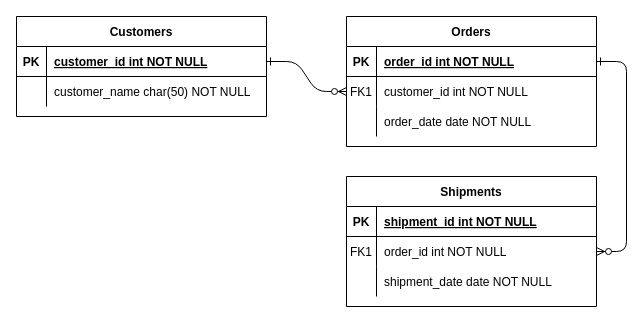
Before: drawings/V/M DB ER.drawio in booey811/ICV4.0, a draw.io diagram. Source tidied: cells renumbered, new cells numbered last; positions are measured from the earlier drawing's top-left corner, leaving out a move shared by most shapes. Both pictures are drawn from the tidied source at 100%, with x=0, y=0 at pixel (16, 16).
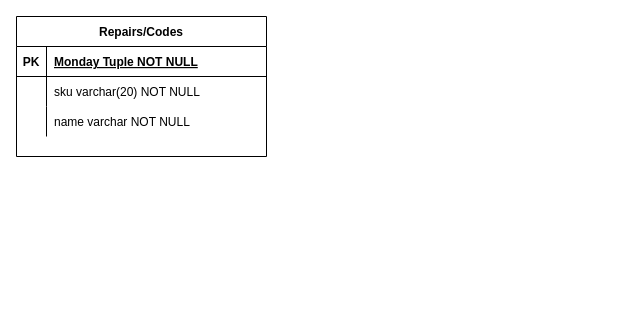
Above is the later version.

The change refers to these unchanged cells:
```xml
<mxCell id="25" style="shape=partialRectangle;fillColor=none;points=[[0,0.5],[1,0.5]];portConstraint=eastwest;top=0;left=0;right=0;bottom=1;" parent="24" vertex="1">
  <mxGeometry y="30" width="250" height="30" as="geometry" />
</mxCell>
<mxCell id="28" style="shape=partialRectangle;fillColor=none;top=0;left=0;right=0;bottom=0;" parent="24" vertex="1">
  <mxGeometry y="60" width="250" height="30" as="geometry" />
</mxCell>
```

What changed in the source:
```diff
@@
-    <mxCell id="2" style="edgeStyle=entityRelationEdgeStyle;endArrow=ERzeroToMany;startArrow=ERone;endFill=1;startFill=0;" parent="1" edge="1" source="25" target="8">
-      <mxGeometry relative="1" as="geometry" />
-    </mxCell>
-    <mxCell id="3" style="edgeStyle=entityRelationEdgeStyle;endArrow=ERzeroToMany;startArrow=ERone;endFill=1;startFill=0;" parent="1" edge="1" source="5" target="18">
-      <mxGeometry relative="1" as="geometry" />
-    </mxCell>
-    <mxCell id="4" value="Orders" style="shape=table;startSize=30;childLayout=tableLayout;rowLines=0;fontStyle=1;align=center;" parent="1" vertex="1">
-      <mxGeometry x="330" width="250" height="130" as="geometry" />
-    </mxCell>
-    <mxCell id="5" style="shape=partialRectangle;fillColor=none;points=[[0,0.5],[1,0.5]];portConstraint=eastwest;top=0;left=0;right=0;bottom=1;" parent="4" vertex="1">
-      <mxGeometry y="30" width="250" height="30" as="geometry" />
-    </mxCell>
-    <mxCell id="6" value="PK" style="shape=partialRectangle;overflow=hidden;fillColor=none;top=0;left=0;bottom=0;right=0;fontStyle=1;" parent="5" vertex="1">
-      <mxGeometry width="30" height="30" as="geometry" />
-    </mxCell>
-    <mxCell id="7" value="order_id int NOT NULL " style="shape=partialRectangle;overflow=hidden;fillColor=none;top=0;left=0;bottom=0;right=0;align=left;spacingLeft=6;fontStyle=5;" parent="5" vertex="1">
-      <mxGeometry x="30" width="220" height="30" as="geometry" />
-    </mxCell>
-    <mxCell id="8" style="shape=partialRectangle;fillColor=none;points=[[0,0.5],[1,0.5]];portConstraint=eastwest;top=0;left=0;right=0;bottom=0;" parent="4" vertex="1">
-      <mxGeometry y="60" width="250" height="30" as="geometry" />
-    </mxCell>
-    <mxCell id="9" value="FK1" style="shape=partialRectangle;overflow=hidden;fillColor=none;top=0;left=0;bottom=0;right=0;" parent="8" vertex="1">
-      <mxGeometry width="30" height="30" as="geometry" />
-    </mxCell>
-    <mxCell id="10" value="customer_id int NOT NULL" style="shape=partialRectangle;overflow=hidden;fillColor=none;top=0;left=0;bottom=0;right=0;align=left;spacingLeft=6;" parent="8" vertex="1">
-      <mxGeometry x="30" width="220" height="30" as="geometry" />
-    </mxCell>
-    <mxCell id="11" style="shape=partialRectangle;fillColor=none;top=0;left=0;right=0;bottom=0;" parent="4" vertex="1">
-      <mxGeometry y="90" width="250" height="30" as="geometry" />
-    </mxCell>
-    <mxCell id="12" style="shape=partialRectangle;overflow=hidden;fillColor=none;top=0;left=0;bottom=0;right=0;" parent="11" vertex="1">
-      <mxGeometry width="30" height="30" as="geometry" />
-    </mxCell>
-    <mxCell id="13" value="order_date date NOT NULL" style="shape=partialRectangle;overflow=hidden;fillColor=none;top=0;left=0;bottom=0;right=0;align=left;spacingLeft=6;" parent="11" vertex="1">
-      <mxGeometry x="30" width="220" height="30" as="geometry" />
-    </mxCell>
-    <mxCell id="14" value="Shipments" style="shape=table;startSize=30;childLayout=tableLayout;rowLines=0;fontStyle=1;align=center;" parent="1" vertex="1">
-      <mxGeometry x="330" y="160" width="250" height="130" as="geometry" />
-    </mxCell>
-    <mxCell id="15" style="shape=partialRectangle;fillColor=none;top=0;left=0;right=0;bottom=1;" parent="14" vertex="1">
-      <mxGeometry y="30" width="250" height="30" as="geometry" />
-    </mxCell>
-    <mxCell id="16" value="PK" style="shape=partialRectangle;overflow=hidden;fillColor=none;top=0;left=0;bottom=0;right=0;fontStyle=1;" parent="15" vertex="1">
-      <mxGeometry width="30" height="30" as="geometry" />
-    </mxCell>
-    <mxCell id="17" value="shipment_id int NOT NULL " style="shape=partialRectangle;overflow=hidden;fillColor=none;top=0;left=0;bottom=0;right=0;align=left;spacingLeft=6;fontStyle=5;" parent="15" vertex="1">
-      <mxGeometry x="30" width="220" height="30" as="geometry" />
-    </mxCell>
-    <mxCell id="18" style="shape=partialRectangle;fillColor=none;points=[[0,0.5],[1,0.5]];portConstraint=eastwest;top=0;left=0;right=0;bottom=0;" parent="14" vertex="1">
-      <mxGeometry y="60" width="250" height="30" as="geometry" />
-    </mxCell>
-    <mxCell id="19" value="FK1" style="shape=partialRectangle;overflow=hidden;fillColor=none;top=0;left=0;bottom=0;right=0;" parent="18" vertex="1">
-      <mxGeometry width="30" height="30" as="geometry" />
-    </mxCell>
-    <mxCell id="20" value="order_id int NOT NULL" style="shape=partialRectangle;overflow=hidden;fillColor=none;top=0;left=0;bottom=0;right=0;align=left;spacingLeft=6;" parent="18" vertex="1">
-      <mxGeometry x="30" width="220" height="30" as="geometry" />
-    </mxCell>
-    <mxCell id="21" style="shape=partialRectangle;fillColor=none;top=0;left=0;right=0;bottom=0;" parent="14" vertex="1">
-      <mxGeometry y="90" width="250" height="30" as="geometry" />
-    </mxCell>
-    <mxCell id="22" style="shape=partialRectangle;overflow=hidden;fillColor=none;top=0;left=0;bottom=0;right=0;" parent="21" vertex="1">
-      <mxGeometry width="30" height="30" as="geometry" />
-    </mxCell>
-    <mxCell id="23" value="shipment_date date NOT NULL" style="shape=partialRectangle;overflow=hidden;fillColor=none;top=0;left=0;bottom=0;right=0;align=left;spacingLeft=6;" parent="21" vertex="1">
-      <mxGeometry x="30" width="220" height="30" as="geometry" />
-    </mxCell>
-    <mxCell id="24" value="Customers" style="shape=table;startSize=30;childLayout=tableLayout;rowLines=0;fontStyle=1;align=center;" parent="1" vertex="1">
-      <mxGeometry width="250" height="100" as="geometry" />
+    <mxCell id="24" value="Repairs/Codes" style="shape=table;startSize=30;childLayout=tableLayout;rowLines=0;fontStyle=1;align=center;" parent="1" vertex="1">
+      <mxGeometry width="250" height="140" as="geometry" />
     </mxCell>
@@
-    <mxCell id="27" value="customer_id int NOT NULL " style="shape=partialRectangle;overflow=hidden;fillColor=none;top=0;left=0;bottom=0;right=0;align=left;spacingLeft=6;fontStyle=5;" parent="25" vertex="1">
+    <mxCell id="27" value="Monday Tuple NOT NULL" style="shape=partialRectangle;overflow=hidden;fillColor=none;top=0;left=0;bottom=0;right=0;align=left;spacingLeft=6;fontStyle=5;" parent="25" vertex="1">
       <mxGeometry x="30" width="220" height="30" as="geometry" />
     </mxCell>
@@
-    <mxCell id="30" value="customer_name char(50) NOT NULL" style="shape=partialRectangle;overflow=hidden;fillColor=none;top=0;left=0;bottom=0;right=0;align=left;spacingLeft=6;" parent="28" vertex="1">
+    <mxCell id="30" value="sku varchar(20) NOT NULL" style="shape=partialRectangle;overflow=hidden;fillColor=none;top=0;left=0;bottom=0;right=0;align=left;spacingLeft=6;" parent="28" vertex="1">
       <mxGeometry x="30" width="220" height="30" as="geometry" />
     </mxCell>
+    <mxCell id="31" style="shape=partialRectangle;fillColor=none;top=0;left=0;right=0;bottom=0;" parent="24" vertex="1">
+      <mxGeometry y="90" width="250" height="30" as="geometry" />
+    </mxCell>
+    <mxCell id="32" style="shape=partialRectangle;overflow=hidden;fillColor=none;top=0;left=0;bottom=0;right=0;" parent="31" vertex="1">
+      <mxGeometry width="30" height="30" as="geometry" />
+    </mxCell>
+    <mxCell id="33" value="name varchar NOT NULL" style="shape=partialRectangle;overflow=hidden;fillColor=none;top=0;left=0;bottom=0;right=0;align=left;spacingLeft=6;" parent="31" vertex="1">
+      <mxGeometry x="30" width="220" height="30" as="geometry" />
+    </mxCell>
```
